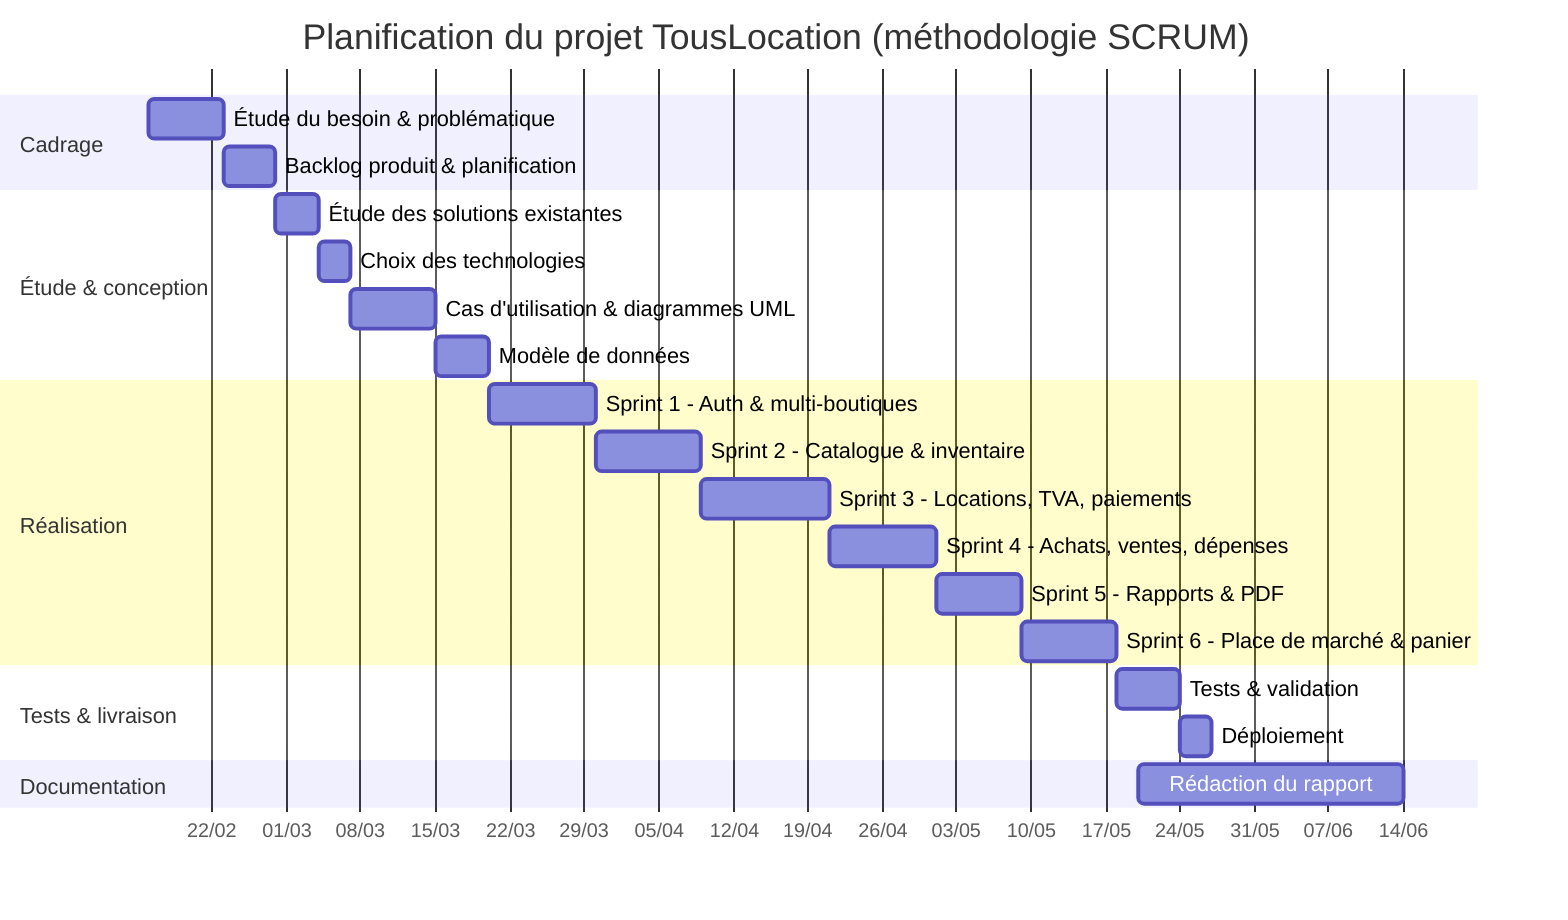
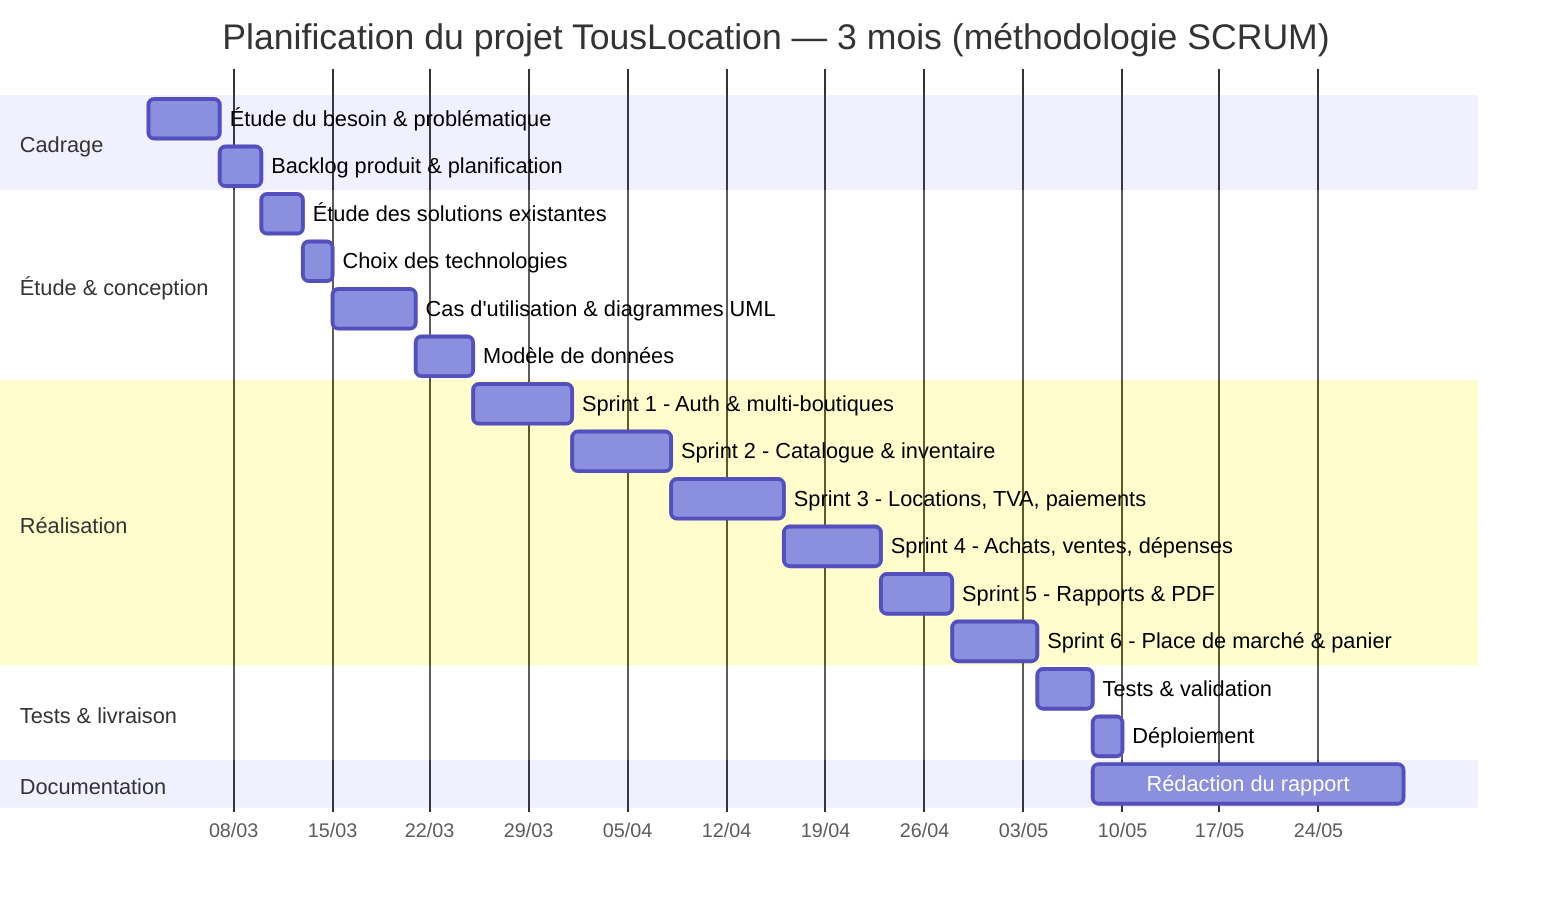
gantt
-     title Planification du projet TousLocation (méthodologie SCRUM)
+     title Planification du projet TousLocation — 3 mois (méthodologie SCRUM)
    dateFormat YYYY-MM-DD
    axisFormat %d/%m

    section Cadrage
-     Étude du besoin & problématique      :a1, 2026-02-16, 7d
-     Backlog produit & planification      :a2, after a1, 5d
+     Étude du besoin & problématique      :a1, 2026-03-02, 5d
+     Backlog produit & planification      :a2, after a1, 3d

    section Étude & conception
-     Étude des solutions existantes       :b1, after a2, 4d
-     Choix des technologies               :b2, after b1, 3d
-     Cas d'utilisation & diagrammes UML   :b3, after b2, 8d
-     Modèle de données                    :b4, after b3, 5d
+     Étude des solutions existantes       :b1, after a2, 3d
+     Choix des technologies               :b2, after b1, 2d
+     Cas d'utilisation & diagrammes UML   :b3, after b2, 6d
+     Modèle de données                    :b4, after b3, 4d

    section Réalisation
-     Sprint 1 - Auth & multi-boutiques    :c1, after b4, 10d
-     Sprint 2 - Catalogue & inventaire    :c2, after c1, 10d
-     Sprint 3 - Locations, TVA, paiements :c3, after c2, 12d
-     Sprint 4 - Achats, ventes, dépenses  :c4, after c3, 10d
-     Sprint 5 - Rapports & PDF            :c5, after c4, 8d
-     Sprint 6 - Place de marché & panier  :c6, after c5, 9d
+     Sprint 1 - Auth & multi-boutiques    :c1, after b4, 7d
+     Sprint 2 - Catalogue & inventaire    :c2, after c1, 7d
+     Sprint 3 - Locations, TVA, paiements :c3, after c2, 8d
+     Sprint 4 - Achats, ventes, dépenses  :c4, after c3, 7d
+     Sprint 5 - Rapports & PDF            :c5, after c4, 5d
+     Sprint 6 - Place de marché & panier  :c6, after c5, 6d

    section Tests & livraison
-     Tests & validation                   :d1, after c6, 6d
-     Déploiement                          :d2, after d1, 3d
+     Tests & validation                   :d1, after c6, 4d
+     Déploiement                          :d2, after d1, 2d

    section Documentation
-     Rédaction du rapport                 :e1, 2026-05-20, 25d
+     Rédaction du rapport                 :e1, 2026-05-08, 22d
